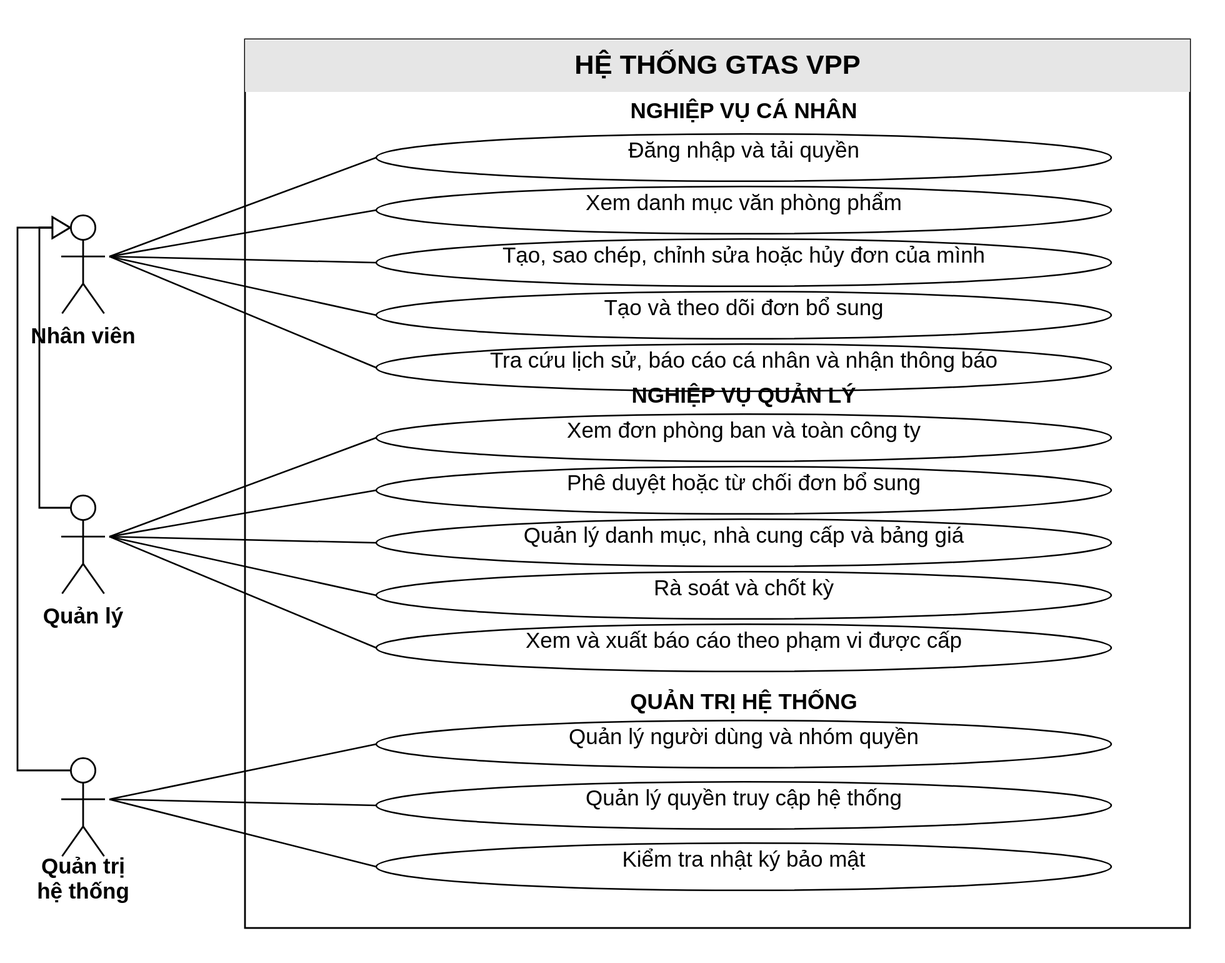
Miikey24s/gtas_vpp keeps this PlantUML diagram as LVTN/diagrams/ch02/use-case-overview.svg. Above is the earlier version. Its source is kept beside it as LVTN/diagrams/ch02/use-case-overview.puml.
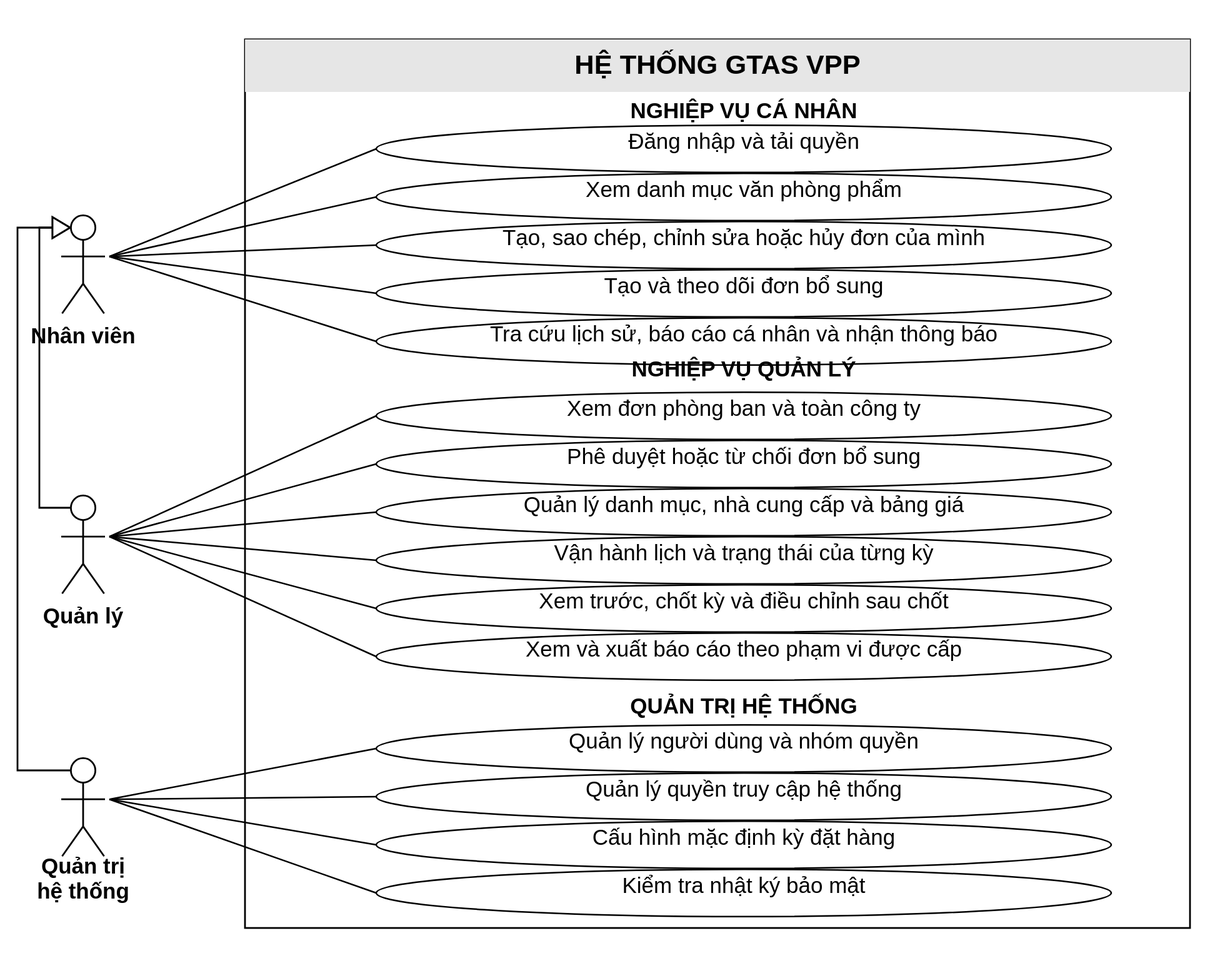
The same diagram one commit later.

Diff of the diagram source:
```diff
@@ -27,11 +27,13 @@
   usecase "Xem đơn phòng ban\nvà toàn công ty" as UC_Orders
   usecase "Phê duyệt hoặc từ chối\nđơn bổ sung" as UC_AdditionalApproval
   usecase "Quản lý danh mục, nhà cung cấp\nvà bảng giá" as UC_Library
-  usecase "Rà soát và chốt kỳ" as UC_Settle
+  usecase "Vận hành lịch và trạng thái\ncủa từng kỳ" as UC_Period
+  usecase "Xem trước, chốt kỳ và\nđiều chỉnh sau chốt" as UC_Settle
   usecase "Xem và xuất báo cáo\ntheo phạm vi được cấp" as UC_Report
 
   usecase "Quản lý người dùng\nvà nhóm quyền" as UC_UserManage
   usecase "Quản lý quyền truy cập\nhệ thống" as UC_Permission
+  usecase "Cấu hình mặc định\nkỳ đặt hàng" as UC_PeriodSettings
   usecase "Kiểm tra nhật ký\nbảo mật" as UC_Audit
 
   UC_Login -[hidden]down- UC_Catalog
@@ -41,11 +43,13 @@
 
   UC_Orders -[hidden]down- UC_AdditionalApproval
   UC_AdditionalApproval -[hidden]down- UC_Library
-  UC_Library -[hidden]down- UC_Settle
+  UC_Library -[hidden]down- UC_Period
+  UC_Period -[hidden]down- UC_Settle
   UC_Settle -[hidden]down- UC_Report
 
   UC_UserManage -[hidden]down- UC_Permission
-  UC_Permission -[hidden]down- UC_Audit
+  UC_Permission -[hidden]down- UC_PeriodSettings
+  UC_PeriodSettings -[hidden]down- UC_Audit
 }
 
 Employee -- UC_Login
@@ -58,12 +62,14 @@
 Manager -- UC_Orders
 Manager -- UC_AdditionalApproval
 Manager -- UC_Library
+Manager -- UC_Period
 Manager -- UC_Settle
 Manager -- UC_Report
 
 Admin --|> Employee
 Admin -- UC_UserManage
 Admin -- UC_Permission
+Admin -- UC_PeriodSettings
 Admin -- UC_Audit
 
 Employee -[hidden]down- Manager
```
